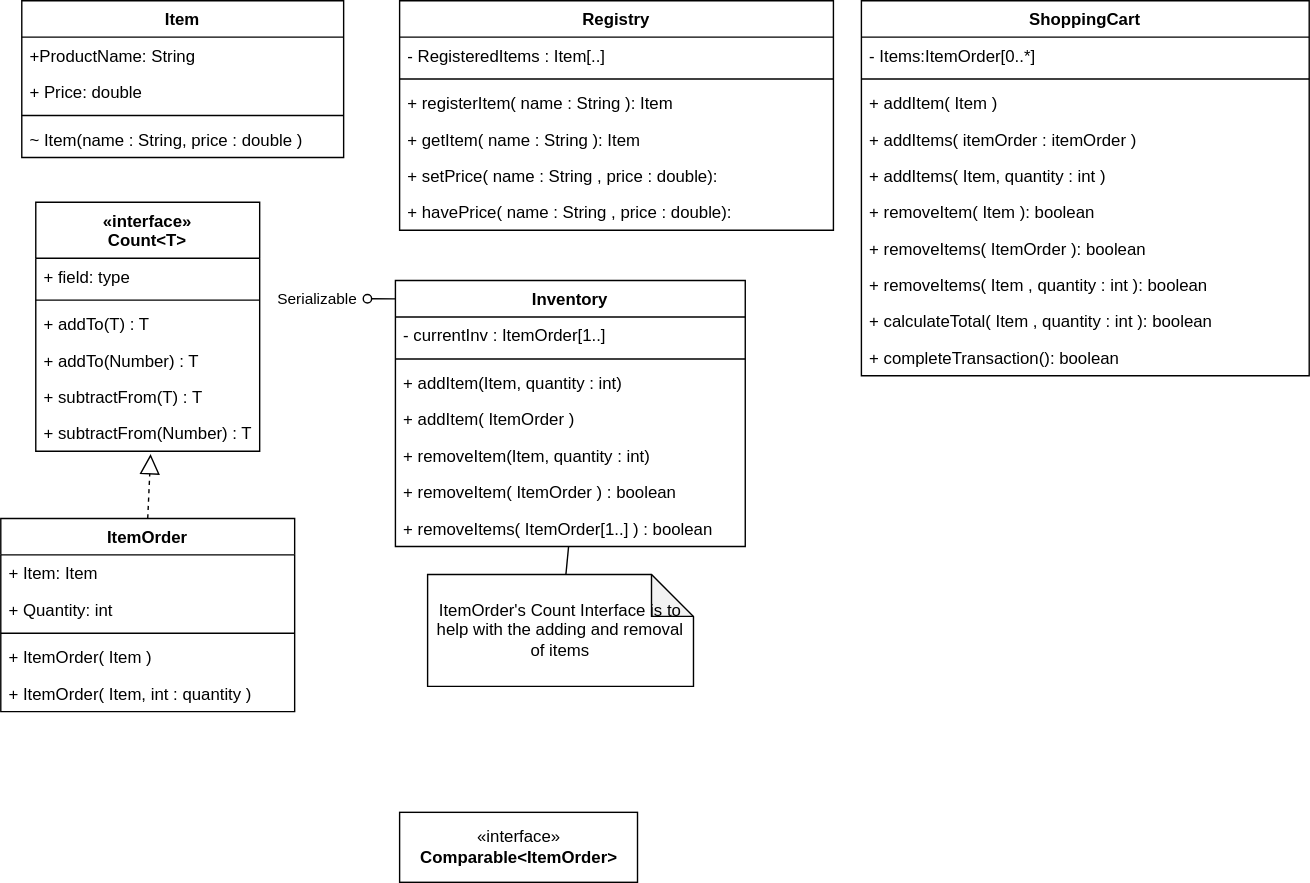
The draw.io diagram Diagram.svg in merlin2v/StoreSystem, before a commit. Source tidied: cells renumbered, new cells last; positions are measured from the earlier drawing's top-left corner, leaving out a move shared by most shapes.
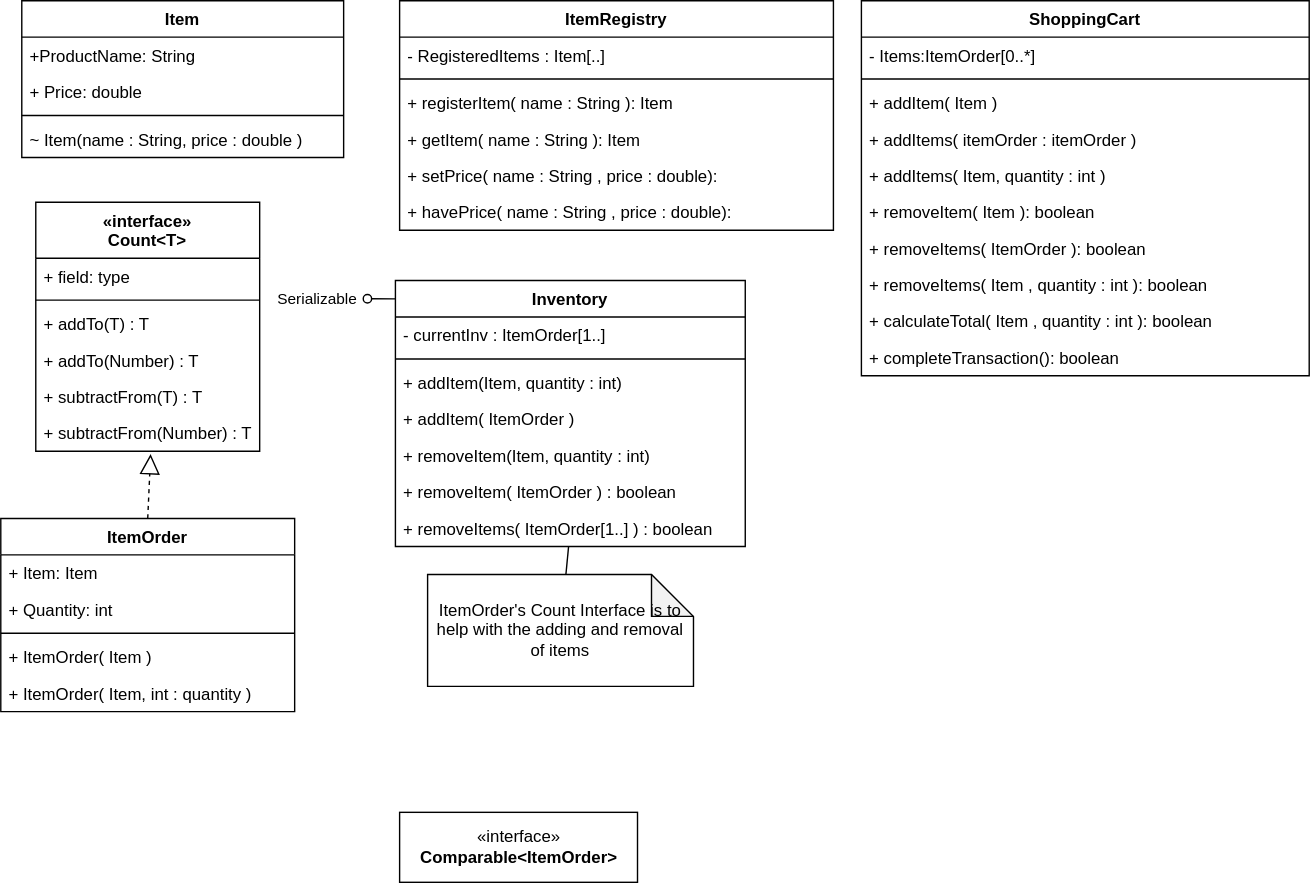
After the commit.

Change to the diagram source:
```diff
@@ -68,7 +68,7 @@
     <mxCell id="23" value="+ completeTransaction(): boolean" style="text;strokeColor=none;fillColor=none;align=left;verticalAlign=top;spacingLeft=4;spacingRight=4;overflow=hidden;startSize=26;" parent="13" vertex="1">
       <mxGeometry y="242" width="320" height="26" as="geometry" />
     </mxCell>
-    <mxCell id="24" value="Registry" style="swimlane;fontStyle=1;align=center;verticalAlign=top;horizontal=1;startSize=26;fillColor=none;gradientColor=none;fontFamily=Helvetica;" parent="1" vertex="1">
+    <mxCell id="24" value="ItemRegistry" style="swimlane;fontStyle=1;align=center;verticalAlign=top;horizontal=1;startSize=26;fillColor=none;gradientColor=none;fontFamily=Helvetica;" parent="1" vertex="1">
       <mxGeometry x="285" width="310" height="164" as="geometry" />
     </mxCell>
     <mxCell id="25" value="- RegisteredItems : Item[..]" style="text;strokeColor=none;fillColor=none;align=left;verticalAlign=top;spacingLeft=4;spacingRight=4;overflow=hidden;fontFamily=Helvetica;" parent="24" vertex="1">
```
